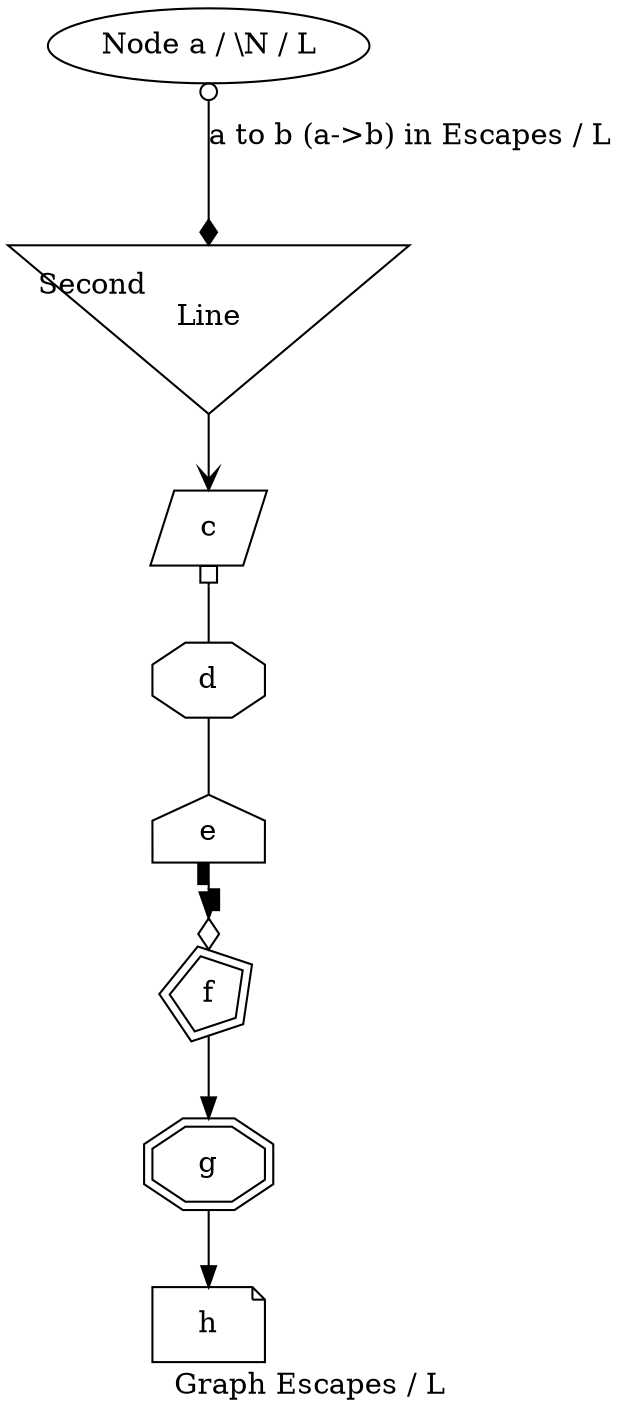
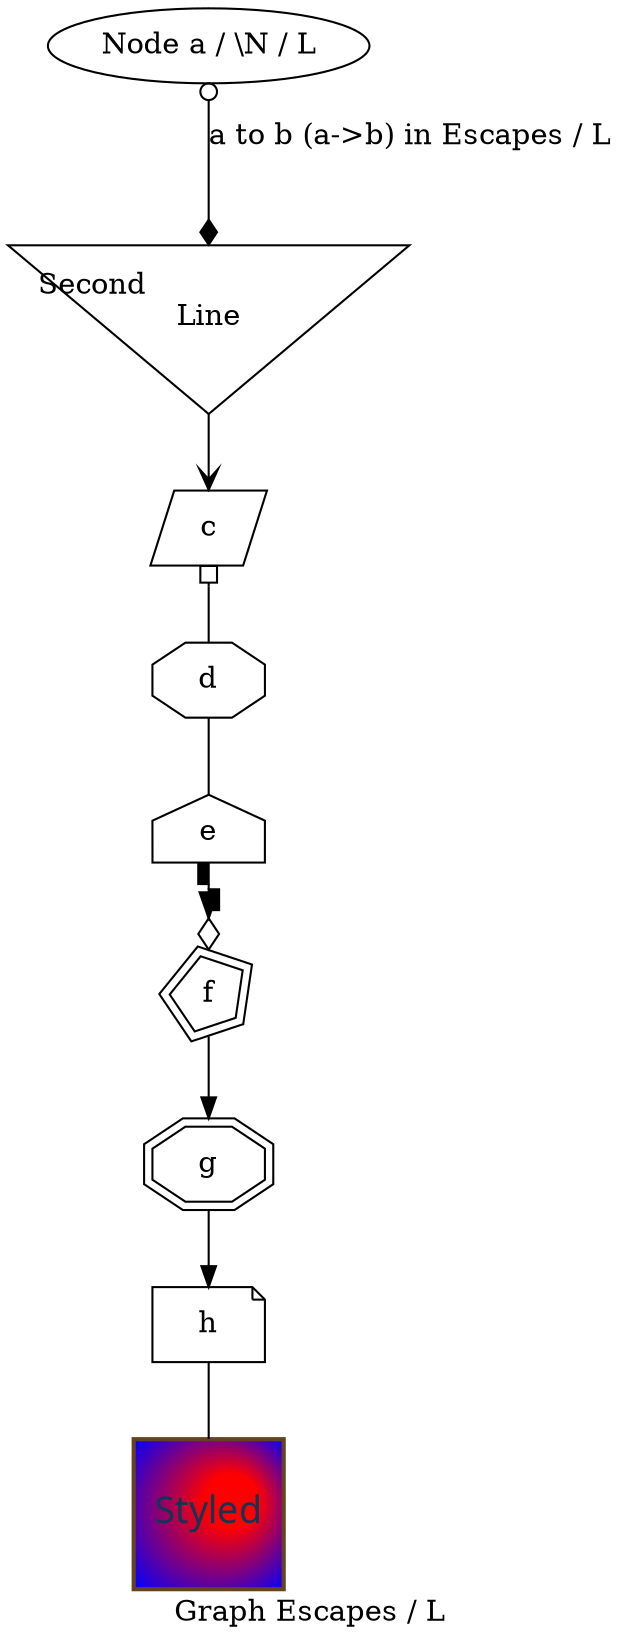
digraph Escapes {
  graph [label="Graph \G / \L"]
  a [label="Node \N / \\N / \L" shape=oval]
  b [label="Second\lLine" shape=invtriangle]
  c [shape=parallelogram]
  d [shape=octagon]
  e [shape=house]
  f [shape=polygon sides=5 orientation=18 skew=0.2 distortion=0.1 regular=true peripheries=2]
  g [shape=doubleoctagon]
  h [shape=note]
+   i [label="Styled" shape=polygon regular=true width=1 height=0.5 fixedsize=true
+     margin="0.2,0.1" style="filled,radial" fillcolor="red:blue" gradientangle=30
+     fontname="Times New Roman" fontsize=18 fontcolor="#123456"
+     color="#654321" penwidth=2]
  a -> b [label="\T to \H (\E) in \G / \L" arrowhead=diamond arrowtail=odot dir=both]
  b -> c [arrowhead=vee]
  c -> d [dir=back arrowtail=obox]
  d -> e [dir=none]
  e -> f [arrowhead="odiamondnormal" arrowtail="lboxrbox" dir=both arrowsize=1.25]
  f -> g
  g -> h
+   h -> i [arrowhead=bogus]
}
